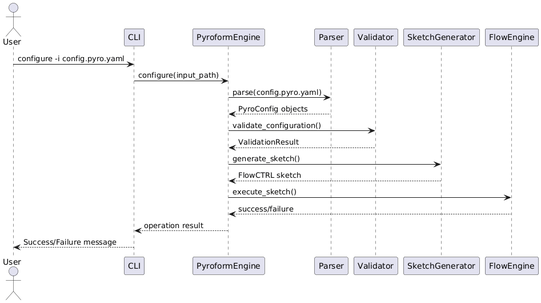
This is pyroform/dox/Diagrams/pyroform_action_configure_sequence.png from Del-Tango/Pyroform, a PlantUML export, as it was before one commit. Source of this version:
```plantuml
@startuml
actor User
participant CLI
participant PyroformEngine
participant Parser
participant Validator
participant SketchGenerator
participant FlowEngine

User -> CLI: configure -i config.pyro.yaml
CLI -> PyroformEngine: configure(input_path)
PyroformEngine -> Parser: parse(config.pyro.yaml)
Parser --> PyroformEngine: PyroConfig objects
PyroformEngine -> Validator: validate_configuration()
Validator --> PyroformEngine: ValidationResult
PyroformEngine -> SketchGenerator: generate_sketch()
SketchGenerator --> PyroformEngine: FlowCTRL sketch
PyroformEngine -> FlowEngine: execute_sketch()
FlowEngine --> PyroformEngine: success/failure
PyroformEngine --> CLI: operation result
CLI --> User: Success/Failure message
@enduml
```
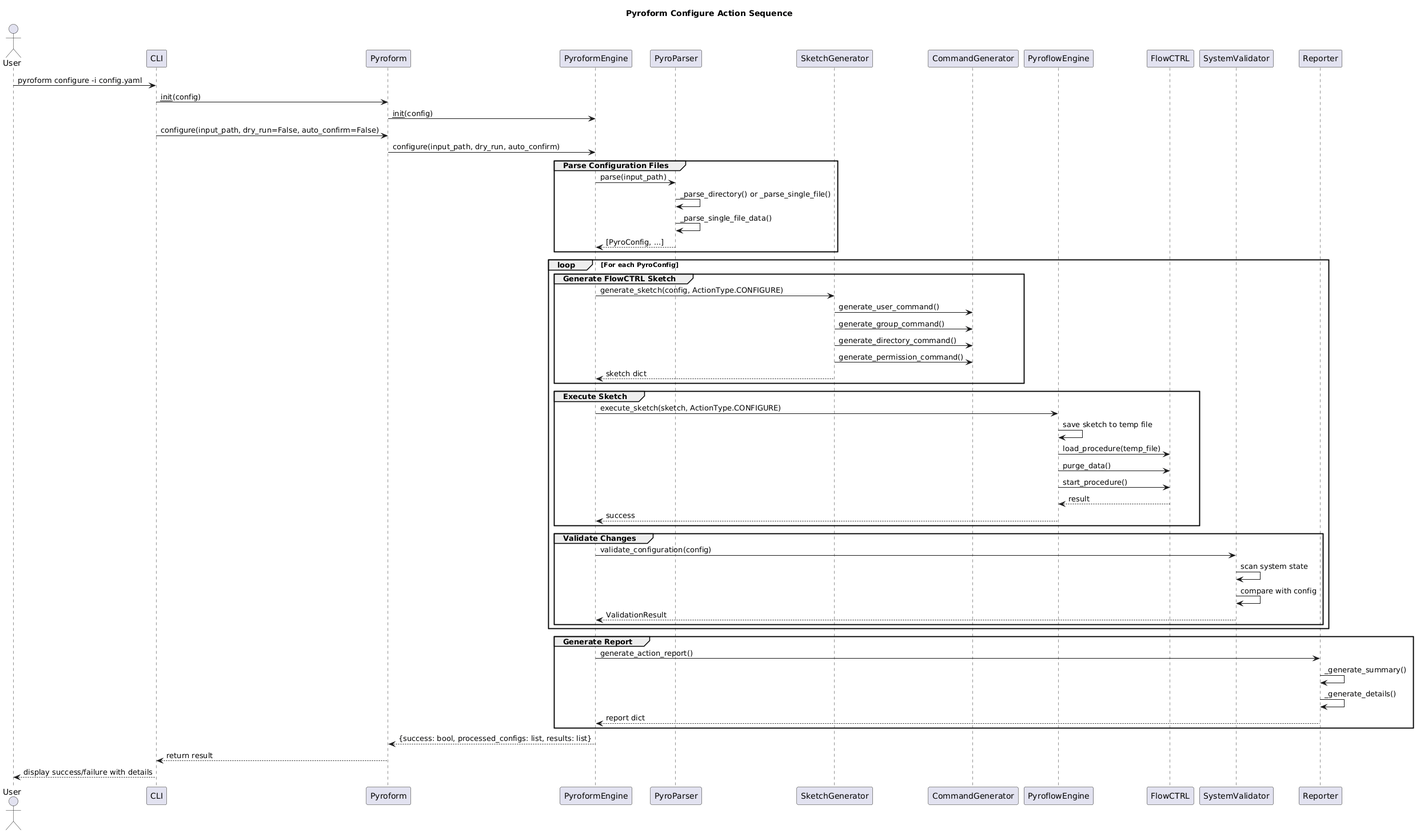
The same file after the commit.

What changed in the source:
```diff
@@ -1,22 +1,68 @@
 @startuml
+title Pyroform Configure Action Sequence
+
 actor User
 participant CLI
+participant Pyroform
 participant PyroformEngine
-participant Parser
-participant Validator
+participant PyroParser
 participant SketchGenerator
-participant FlowEngine
+participant CommandGenerator
+participant PyroflowEngine
+participant FlowCTRL
+participant SystemValidator
+participant Reporter
 
-User -> CLI: configure -i config.pyro.yaml
-CLI -> PyroformEngine: configure(input_path)
-PyroformEngine -> Parser: parse(config.pyro.yaml)
-Parser --> PyroformEngine: PyroConfig objects
-PyroformEngine -> Validator: validate_configuration()
-Validator --> PyroformEngine: ValidationResult
-PyroformEngine -> SketchGenerator: generate_sketch()
-SketchGenerator --> PyroformEngine: FlowCTRL sketch
-PyroformEngine -> FlowEngine: execute_sketch()
-FlowEngine --> PyroformEngine: success/failure
-PyroformEngine --> CLI: operation result
-CLI --> User: Success/Failure message
+User -> CLI: pyroform configure -i config.yaml
+CLI -> Pyroform: __init__(config)
+Pyroform -> PyroformEngine: __init__(config)
+
+CLI -> Pyroform: configure(input_path, dry_run=False, auto_confirm=False)
+Pyroform -> PyroformEngine: configure(input_path, dry_run, auto_confirm)
+
+group Parse Configuration Files
+    PyroformEngine -> PyroParser: parse(input_path)
+    PyroParser -> PyroParser: _parse_directory() or _parse_single_file()
+    PyroParser -> PyroParser: _parse_single_file_data()
+    PyroParser --> PyroformEngine: [PyroConfig, ...]
+end
+
+loop For each PyroConfig
+    group Generate FlowCTRL Sketch
+        PyroformEngine -> SketchGenerator: generate_sketch(config, ActionType.CONFIGURE)
+        SketchGenerator -> CommandGenerator: generate_user_command()
+        SketchGenerator -> CommandGenerator: generate_group_command()
+        SketchGenerator -> CommandGenerator: generate_directory_command()
+        SketchGenerator -> CommandGenerator: generate_permission_command()
+        SketchGenerator --> PyroformEngine: sketch dict
+    end
+
+    group Execute Sketch
+        PyroformEngine -> PyroflowEngine: execute_sketch(sketch, ActionType.CONFIGURE)
+        PyroflowEngine -> PyroflowEngine: save sketch to temp file
+        PyroflowEngine -> FlowCTRL: load_procedure(temp_file)
+        PyroflowEngine -> FlowCTRL: purge_data()
+        PyroflowEngine -> FlowCTRL: start_procedure()
+        FlowCTRL --> PyroflowEngine: result
+        PyroflowEngine --> PyroformEngine: success
+    end
+
+    group Validate Changes
+        PyroformEngine -> SystemValidator: validate_configuration(config)
+        SystemValidator -> SystemValidator: scan system state
+        SystemValidator -> SystemValidator: compare with config
+        SystemValidator --> PyroformEngine: ValidationResult
+    end
+end
+
+group Generate Report
+    PyroformEngine -> Reporter: generate_action_report()
+    Reporter -> Reporter: _generate_summary()
+    Reporter -> Reporter: _generate_details()
+    Reporter --> PyroformEngine: report dict
+end
+
+PyroformEngine --> Pyroform: {success: bool, processed_configs: list, results: list}
+Pyroform --> CLI: return result
+CLI --> User: display success/failure with details
 @enduml
```
